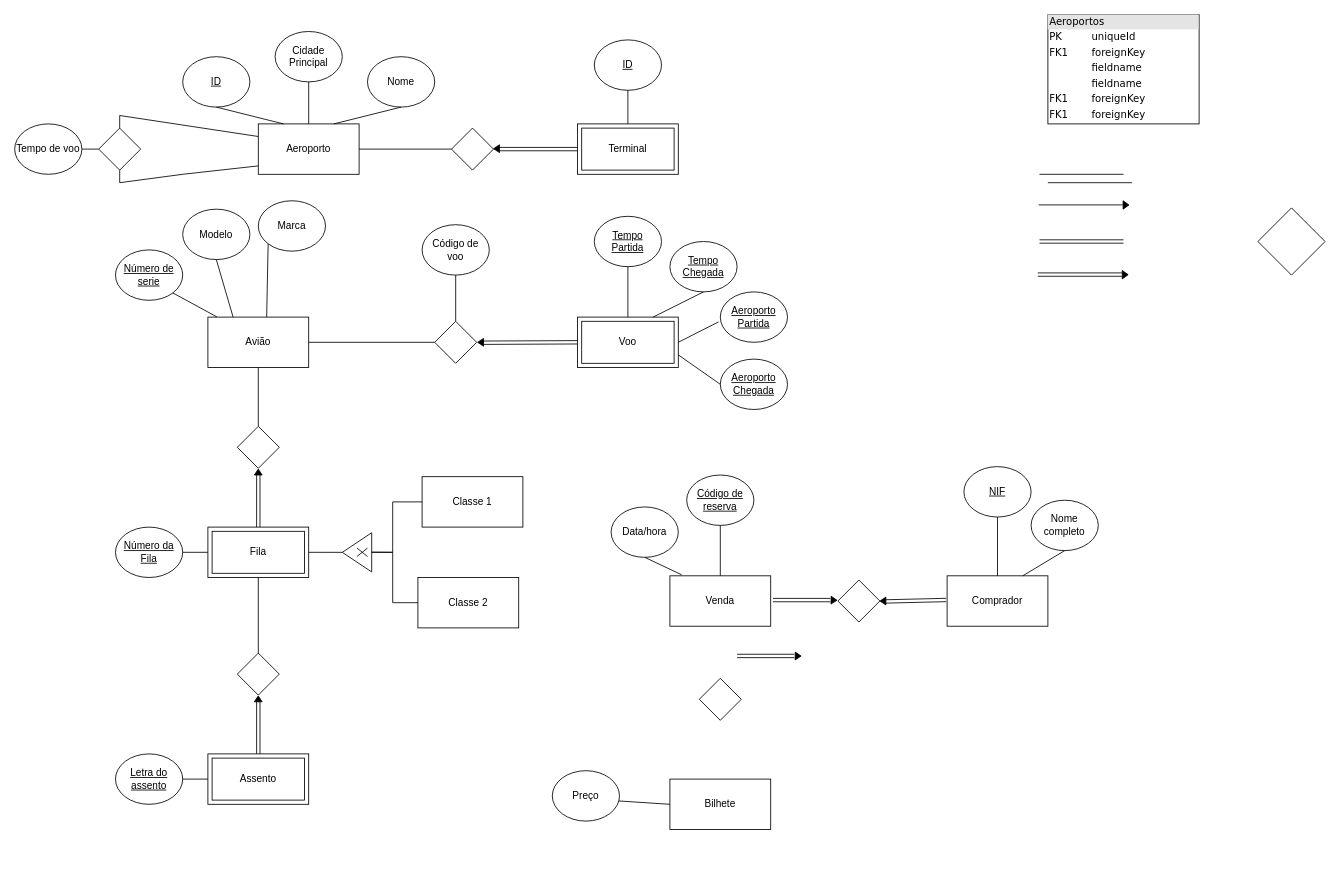
Samuel-k276/BD-2025 keeps this draw.io diagram as Projeto_BD.drawio. Above is the earlier version. Source tidied: cells renumbered, new cells numbered last; positions are measured from the earlier drawing's top-left corner, leaving out a move shared by most shapes. Both pictures are drawn from the tidied source at 84%, with x=0, y=0 at pixel (14, 14).
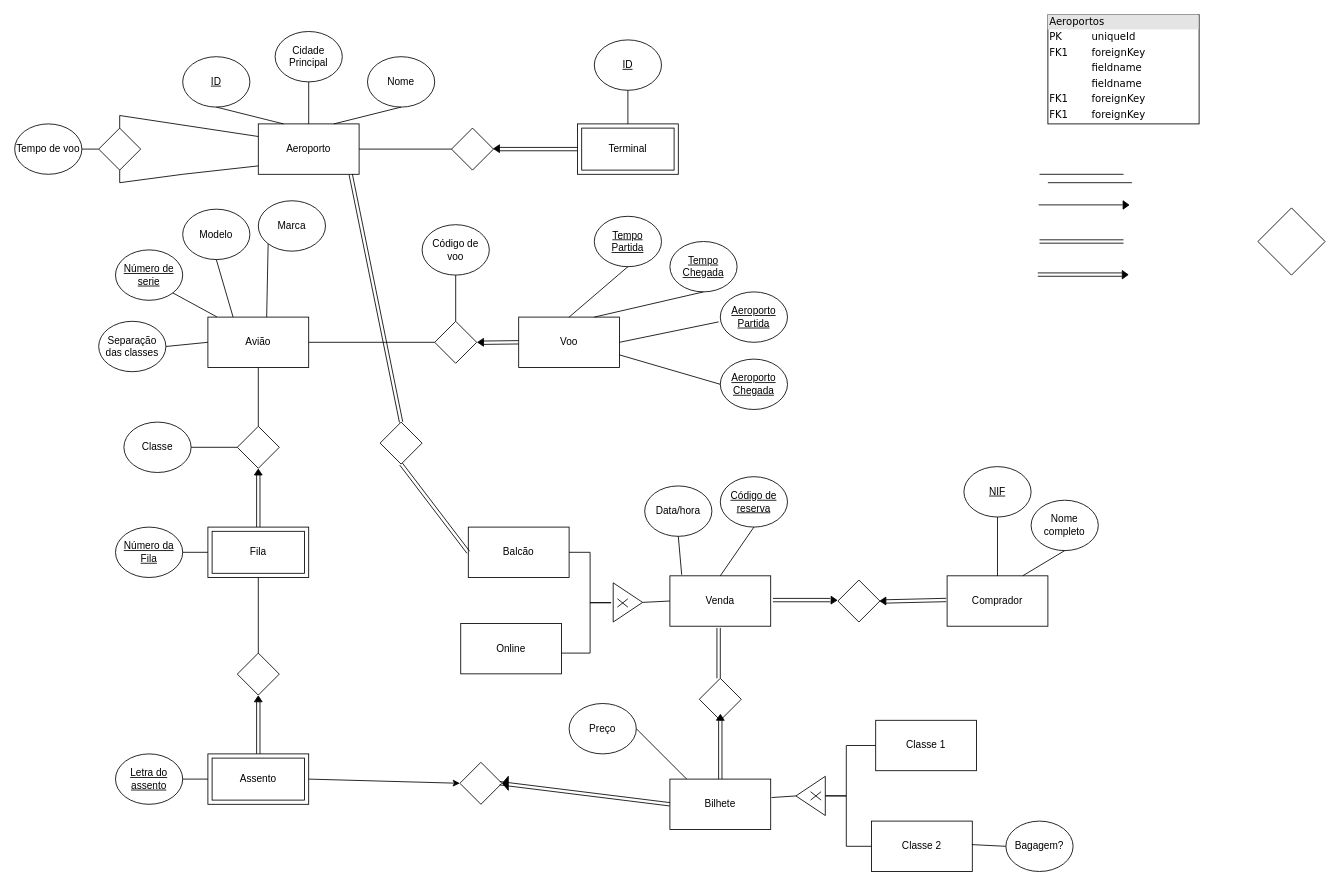
The same diagram, later.

The change refers to these unchanged cells:
```xml
<mxCell id="28" value="Avião" style="rounded=0;whiteSpace=wrap;html=1;" parent="1" vertex="1">
  <mxGeometry x="230" y="360" width="120" height="60" as="geometry" />
</mxCell>
<mxCell id="37" style="rhombus;whiteSpace=wrap;html=1;strokeColor=default;align=center;verticalAlign=top;fontFamily=Helvetica;fontSize=12;fontColor=default;fillColor=#FFFFFF;" parent="1" vertex="1">
  <mxGeometry x="265" y="490" width="50" height="50" as="geometry" />
</mxCell>
<mxCell id="42" style="rounded=0;whiteSpace=wrap;html=1;" parent="41" vertex="1">
  <mxGeometry width="120" height="60" as="geometry" />
</mxCell>
<mxCell id="49" style="rounded=0;whiteSpace=wrap;html=1;" parent="48" vertex="1">
  <mxGeometry width="120" height="60" as="geometry" />
</mxCell>
<mxCell id="88" value="Venda" style="rounded=0;whiteSpace=wrap;html=1;" parent="87" vertex="1">
  <mxGeometry width="120" height="60" as="geometry" />
</mxCell>
<mxCell id="106" value="Bilhete" style="rounded=0;whiteSpace=wrap;html=1;" parent="105" vertex="1">
  <mxGeometry width="120" height="60" as="geometry" />
</mxCell>
<mxCell id="109" style="rhombus;whiteSpace=wrap;html=1;strokeColor=default;align=center;verticalAlign=top;fontFamily=Helvetica;fontSize=12;fontColor=default;fillColor=#FFFFFF;" parent="1" vertex="1">
  <mxGeometry x="815" y="790" width="50" height="50" as="geometry" />
</mxCell>
```

What changed in the source:
```diff
@@
-    <mxCell id="52" style="group;" parent="1" vertex="1">
-      <mxGeometry x="390" y="616.7" width="35" height="46.7" as="geometry" />
-    </mxCell>
-    <mxCell id="53" style="triangle;whiteSpace=wrap;html=1;rotation=-180;" parent="52" vertex="1">
-      <mxGeometry width="35" height="46.7" as="geometry" />
-    </mxCell>
-    <mxCell id="54" style="shape=mxgraph.sysml.x;" parent="52" vertex="1">
-      <mxGeometry x="17.5" y="18.3" width="12.5" height="10" as="geometry" />
-    </mxCell>
-    <mxCell id="55" style="endArrow=none;html=1;rounded=0;exitX=1;exitY=0.5;exitDx=0;exitDy=0;entryX=1;entryY=0.5;entryDx=0;entryDy=0;" parent="1" edge="1" source="42" target="53">
-      <mxGeometry relative="1" as="geometry" />
-    </mxCell>
-    <mxCell id="56" value="Classe 1" style="rounded=0;whiteSpace=wrap;html=1;" parent="1" vertex="1">
-      <mxGeometry x="485" y="550" width="120" height="60" as="geometry" />
-    </mxCell>
-    <mxCell id="57" value="Classe 2" style="rounded=0;whiteSpace=wrap;html=1;" parent="1" vertex="1">
-      <mxGeometry x="480" y="670" width="120" height="60" as="geometry" />
-    </mxCell>
-    <mxCell id="58" style="endArrow=none;html=1;rounded=0;exitX=1;exitY=0.5;exitDx=0;exitDy=0;entryX=0;entryY=0.5;entryDx=0;entryDy=0;" parent="1" edge="1" target="56">
-      <mxGeometry relative="1" as="geometry">
-        <mxPoint x="425" y="639.8" as="sourcePoint" />
-        <Array as="points">
-          <mxPoint x="450" y="640" />
-          <mxPoint x="450" y="580" />
-        </Array>
-      </mxGeometry>
-    </mxCell>
-    <mxCell id="59" style="endArrow=none;html=1;rounded=0;entryX=0;entryY=0.5;entryDx=0;entryDy=0;exitX=0;exitY=0.5;exitDx=0;exitDy=0;" parent="1" edge="1" source="53" target="57">
-      <mxGeometry relative="1" as="geometry">
-        <Array as="points">
-          <mxPoint x="450" y="640" />
-          <mxPoint x="450" y="700" />
-        </Array>
-      </mxGeometry>
-    </mxCell>
@@
     <mxCell id="65" style="group;" parent="1" vertex="1">
-      <mxGeometry x="670" y="360" width="120" height="60" as="geometry" />
+      <mxGeometry x="600" y="360" width="120" height="60" as="geometry" />
     </mxCell>
-    <mxCell id="66" style="rounded=0;whiteSpace=wrap;html=1;" parent="65" vertex="1">
+    <mxCell id="66" value="Voo" style="rounded=0;whiteSpace=wrap;html=1;" parent="65" vertex="1">
       <mxGeometry width="120" height="60" as="geometry" />
     </mxCell>
-    <mxCell id="67" value="Voo" style="rounded=0;whiteSpace=wrap;html=1;" parent="65" vertex="1">
-      <mxGeometry x="5" y="5" width="110" height="50" as="geometry" />
-    </mxCell>
@@
     <mxCell id="89" value="&lt;u&gt;Código de reserva&lt;/u&gt;" style="ellipse;whiteSpace=wrap;html=1;" parent="1" vertex="1">
-      <mxGeometry x="800" y="548" width="80" height="60" as="geometry" />
+      <mxGeometry x="840" y="550" width="80" height="60" as="geometry" />
     </mxCell>
     <mxCell id="90" value="Data/hora" style="ellipse;whiteSpace=wrap;html=1;" parent="1" vertex="1">
-      <mxGeometry x="710" y="586" width="80" height="60" as="geometry" />
+      <mxGeometry x="750" y="561" width="80" height="60" as="geometry" />
     </mxCell>
@@
     <mxCell id="107" value="Preço" style="ellipse;whiteSpace=wrap;html=1;" parent="1" vertex="1">
-      <mxGeometry x="640" y="900" width="80" height="60" as="geometry" />
+      <mxGeometry x="660" y="820" width="80" height="60" as="geometry" />
     </mxCell>
-    <mxCell id="108" style="endArrow=none;html=1;rounded=0;entryX=0.984;entryY=0.599;entryDx=0;entryDy=0;exitX=0;exitY=0.5;exitDx=0;exitDy=0;entryPerimeter=0;" parent="1" edge="1">
+    <mxCell id="108" style="endArrow=none;html=1;rounded=0;entryX=1;entryY=0.5;entryDx=0;entryDy=0;exitX=0;exitY=0.5;exitDx=0;exitDy=0;" parent="1" edge="1" target="107">
       <mxGeometry relative="1" as="geometry">
-        <mxPoint x="780" y="940" as="sourcePoint" />
-        <mxPoint x="719" y="936" as="targetPoint" />
+        <mxPoint x="800" y="910" as="sourcePoint" />
       </mxGeometry>
     </mxCell>
@@
+    <mxCell id="112" style="group;direction=west;rotation=90;" parent="1" vertex="1">
+      <mxGeometry x="800" y="750" width="76.2" height="9.4" as="geometry" />
+    </mxCell>
-    <mxCell id="110" style="endArrow=classic;html=1;rounded=0;shape=link;" parent="1" edge="1">
+    <mxCell id="110" style="endArrow=classic;html=1;rounded=0;shape=link;" parent="112" edge="1">
       <mxGeometry relative="1" as="geometry">
-        <mxPoint x="860" y="763.4" as="sourcePoint" />
-        <mxPoint x="928" y="763.4" as="targetPoint" />
+        <mxPoint x="38" y="-20" as="sourcePoint" />
+        <mxPoint x="38" y="40" as="targetPoint" />
       </mxGeometry>
     </mxCell>
-    <mxCell id="111" style="verticalLabelPosition=bottom;verticalAlign=top;html=1;shape=mxgraph.basic.acute_triangle;dx=0.5;rotation=91;fillColor=#000000;direction=east;" parent="1" vertex="1">
-      <mxGeometry x="928" y="760" width="9.3" height="7" as="geometry" />
-    </mxCell>
+    <mxCell id="113" style="endArrow=classic;html=1;rounded=0;shape=link;entryX=0.5;entryY=1;entryDx=0;entryDy=0;" parent="1" edge="1" source="129" target="109">
+      <mxGeometry relative="1" as="geometry" />
+    </mxCell>
+    <mxCell id="114" style="group;direction=east;" parent="1" vertex="1">
+      <mxGeometry x="930" y="906.7" width="35" height="46.7" as="geometry" />
+    </mxCell>
+    <mxCell id="53" style="triangle;whiteSpace=wrap;html=1;rotation=-180;" parent="114" vertex="1">
+      <mxGeometry width="35" height="46.7" as="geometry" />
+    </mxCell>
+    <mxCell id="54" style="shape=mxgraph.sysml.x;" parent="114" vertex="1">
+      <mxGeometry x="17.5" y="18.3" width="12.5" height="10" as="geometry" />
+    </mxCell>
+    <mxCell id="56" value="Classe 1" style="rounded=0;whiteSpace=wrap;html=1;direction=east;" parent="1" vertex="1">
+      <mxGeometry x="1025" y="840" width="120" height="60" as="geometry" />
+    </mxCell>
+    <mxCell id="57" value="Classe 2" style="rounded=0;whiteSpace=wrap;html=1;direction=east;" parent="1" vertex="1">
+      <mxGeometry x="1020" y="960" width="120" height="60" as="geometry" />
+    </mxCell>
+    <mxCell id="115" style="endArrow=none;html=1;rounded=0;exitX=0;exitY=0.5;exitDx=0;exitDy=0;entryX=0;entryY=0.5;entryDx=0;entryDy=0;" parent="1" edge="1" target="56">
+      <mxGeometry relative="1" as="geometry">
+        <mxPoint x="965" y="929.8" as="sourcePoint" />
+        <Array as="points">
+          <mxPoint x="990" y="930" />
+          <mxPoint x="990" y="870" />
+        </Array>
+      </mxGeometry>
+    </mxCell>
+    <mxCell id="59" style="endArrow=none;html=1;rounded=0;entryX=0;entryY=0.5;entryDx=0;entryDy=0;exitX=0;exitY=0.5;exitDx=0;exitDy=0;" parent="1" edge="1" source="53" target="57">
+      <mxGeometry relative="1" as="geometry">
+        <Array as="points">
+          <mxPoint x="990" y="930" />
+          <mxPoint x="990" y="990" />
+        </Array>
+      </mxGeometry>
+    </mxCell>
+    <mxCell id="116" style="endArrow=none;html=1;rounded=0;exitX=1.009;exitY=0.366;exitDx=0;exitDy=0;entryX=1;entryY=0.5;entryDx=0;entryDy=0;exitPerimeter=0;" parent="1" edge="1" source="106" target="53">
+      <mxGeometry relative="1" as="geometry" />
+    </mxCell>
+    <mxCell id="117" value="Bagagem?" style="ellipse;whiteSpace=wrap;html=1;" parent="1" vertex="1">
+      <mxGeometry x="1180" y="960" width="80" height="60" as="geometry" />
+    </mxCell>
+    <mxCell id="118" style="endArrow=none;html=1;rounded=0;entryX=0.984;entryY=0.599;entryDx=0;entryDy=0;exitX=0;exitY=0.5;exitDx=0;exitDy=0;entryPerimeter=0;" parent="1" edge="1" source="117">
+      <mxGeometry relative="1" as="geometry">
+        <mxPoint x="1139.5" y="988" as="targetPoint" />
+      </mxGeometry>
+    </mxCell>
+    <mxCell id="119" style="rhombus;whiteSpace=wrap;html=1;strokeColor=default;align=center;verticalAlign=top;fontFamily=Helvetica;fontSize=12;fontColor=default;fillColor=#FFFFFF;" parent="1" vertex="1">
+      <mxGeometry x="530" y="890" width="50" height="50" as="geometry" />
+    </mxCell>
+    <mxCell id="120" style="group;direction=west;" parent="1" vertex="1">
+      <mxGeometry x="410" y="910" width="180" height="10" as="geometry" />
+    </mxCell>
+    <mxCell id="121" style="endArrow=classic;html=1;rounded=0;shape=link;exitX=0;exitY=0.5;exitDx=0;exitDy=0;" parent="120" edge="1" source="106">
+      <mxGeometry relative="1" as="geometry">
+        <mxPoint x="167.4" y="4.9" as="targetPoint" />
+      </mxGeometry>
+    </mxCell>
+    <mxCell id="122" style="verticalLabelPosition=bottom;verticalAlign=top;html=1;shape=mxgraph.basic.acute_triangle;dx=0.5;rotation=90;fillColor=#000000;direction=west;" parent="120" vertex="1">
+      <mxGeometry x="165.8" y="1.5" width="16.7" height="7" as="geometry" />
+    </mxCell>
+    <mxCell id="123" value="Separação das classes" style="ellipse;whiteSpace=wrap;html=1;" parent="1" vertex="1">
+      <mxGeometry x="100" y="365" width="80" height="60" as="geometry" />
+    </mxCell>
+    <mxCell id="124" style="endArrow=none;html=1;rounded=0;entryX=0;entryY=0.5;entryDx=0;entryDy=0;exitX=1;exitY=0.5;exitDx=0;exitDy=0;" parent="1" edge="1" source="123" target="28">
+      <mxGeometry relative="1" as="geometry" />
+    </mxCell>
+    <mxCell id="125" value="Classe" style="ellipse;whiteSpace=wrap;html=1;" parent="1" vertex="1">
+      <mxGeometry x="130" y="485" width="80" height="60" as="geometry" />
+    </mxCell>
+    <mxCell id="126" style="endArrow=none;html=1;rounded=0;entryX=0;entryY=0.5;entryDx=0;entryDy=0;" parent="1" edge="1" target="37">
+      <mxGeometry relative="1" as="geometry">
+        <mxPoint x="210" y="515" as="sourcePoint" />
+      </mxGeometry>
+    </mxCell>
+    <mxCell id="127" style="endArrow=classic;html=1;rounded=0;exitX=1;exitY=0.5;exitDx=0;exitDy=0;entryX=0;entryY=0.5;entryDx=0;entryDy=0;" parent="1" edge="1" source="49" target="119">
+      <mxGeometry relative="1" as="geometry" />
+    </mxCell>
+    <mxCell id="128" style="endArrow=classic;html=1;rounded=0;shape=link;entryX=0.5;entryY=1;entryDx=0;entryDy=0;" parent="1" edge="1" target="129">
+      <mxGeometry relative="1" as="geometry">
+        <mxPoint x="840" y="910" as="sourcePoint" />
+      </mxGeometry>
+    </mxCell>
+    <mxCell id="129" style="verticalLabelPosition=bottom;verticalAlign=top;html=1;shape=mxgraph.basic.acute_triangle;dx=0.5;rotation=181;fillColor=#000000;direction=west;" parent="1" vertex="1">
+      <mxGeometry x="835.4" y="833" width="9.3" height="7" as="geometry" />
+    </mxCell>
+    <mxCell id="130" style="group;direction=west;rotation=-180;" parent="1" vertex="1">
+      <mxGeometry x="712.5" y="676.3" width="35" height="46.7" as="geometry" />
+    </mxCell>
+    <mxCell id="131" style="triangle;whiteSpace=wrap;html=1;rotation=-360;" parent="130" vertex="1">
+      <mxGeometry width="35" height="46.7" as="geometry" />
+    </mxCell>
+    <mxCell id="132" style="shape=mxgraph.sysml.x;rotation=-180;" parent="130" vertex="1">
+      <mxGeometry x="5" y="19" width="12.5" height="10" as="geometry" />
+    </mxCell>
+    <mxCell id="133" style="endArrow=none;html=1;rounded=0;entryX=0;entryY=0.5;entryDx=0;entryDy=0;exitX=1;exitY=0.5;exitDx=0;exitDy=0;" parent="1" edge="1" source="131" target="88">
+      <mxGeometry relative="1" as="geometry" />
+    </mxCell>
+    <mxCell id="134" style="group;direction=east;rotation=-180;" parent="1" vertex="1">
+      <mxGeometry x="650" y="640" width="60" height="120" as="geometry" />
+    </mxCell>
+    <mxCell id="135" style="endArrow=none;html=1;rounded=0;exitX=0;exitY=0.5;exitDx=0;exitDy=0;entryX=0;entryY=0.5;entryDx=0;entryDy=0;" parent="134" edge="1">
+      <mxGeometry relative="1" as="geometry">
+        <mxPoint x="60" y="60" as="sourcePoint" />
+        <mxPoint y="120" as="targetPoint" />
+        <Array as="points">
+          <mxPoint x="35" y="60" />
+          <mxPoint x="35" y="120" />
+        </Array>
+      </mxGeometry>
+    </mxCell>
+    <mxCell id="136" style="endArrow=none;html=1;rounded=0;entryX=0;entryY=0.5;entryDx=0;entryDy=0;exitX=0;exitY=0.5;exitDx=0;exitDy=0;" parent="134" edge="1">
+      <mxGeometry relative="1" as="geometry">
+        <mxPoint x="60" y="60" as="sourcePoint" />
+        <mxPoint x="5" as="targetPoint" />
+        <Array as="points">
+          <mxPoint x="35" y="60" />
+          <mxPoint x="35" />
+        </Array>
+      </mxGeometry>
+    </mxCell>
+    <mxCell id="137" value="Balcão" style="rounded=0;whiteSpace=wrap;html=1;direction=east;" parent="1" vertex="1">
+      <mxGeometry x="540" y="610" width="120" height="60" as="geometry" />
+    </mxCell>
+    <mxCell id="138" value="Online" style="rounded=0;whiteSpace=wrap;html=1;direction=east;" parent="1" vertex="1">
+      <mxGeometry x="531" y="724.7" width="120" height="60" as="geometry" />
+    </mxCell>
+    <mxCell id="139" style="rhombus;whiteSpace=wrap;html=1;strokeColor=default;align=center;verticalAlign=top;fontFamily=Helvetica;fontSize=12;fontColor=default;fillColor=#FFFFFF;" parent="1" vertex="1">
+      <mxGeometry x="435" y="485" width="50" height="50" as="geometry" />
+    </mxCell>
+    <mxCell id="140" style="endArrow=classic;html=1;rounded=0;shape=link;entryX=0.5;entryY=0;entryDx=0;entryDy=0;" parent="1" edge="1" target="139">
+      <mxGeometry relative="1" as="geometry">
+        <mxPoint x="400" y="190" as="sourcePoint" />
+      </mxGeometry>
+    </mxCell>
+    <mxCell id="141" style="endArrow=classic;html=1;rounded=0;shape=link;entryX=0;entryY=0.5;entryDx=0;entryDy=0;" parent="1" edge="1" target="137">
+      <mxGeometry relative="1" as="geometry">
+        <mxPoint x="460" y="535" as="sourcePoint" />
+      </mxGeometry>
+    </mxCell>
```
